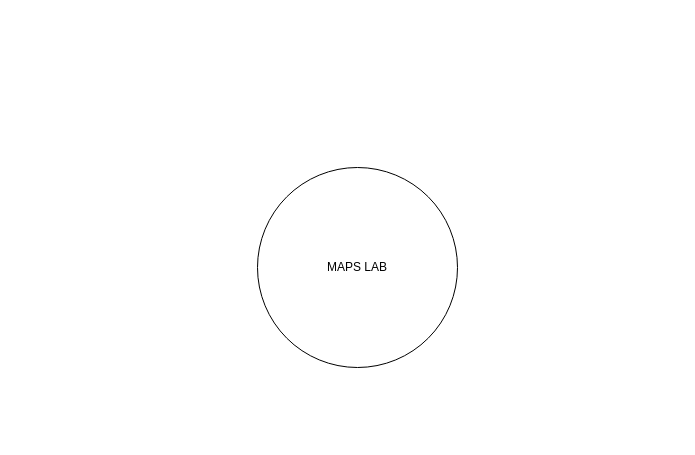
Above: Images/MAPS.drawio in tsuzzy/Portfolio (draw.io), before the change. Source tidied: cells renumbered, new cells numbered last; positions are measured from the earlier drawing's top-left corner, leaving out a move shared by most shapes. Both pictures are drawn from the tidied source at 100%, with x=0, y=0 at pixel (257, 167).
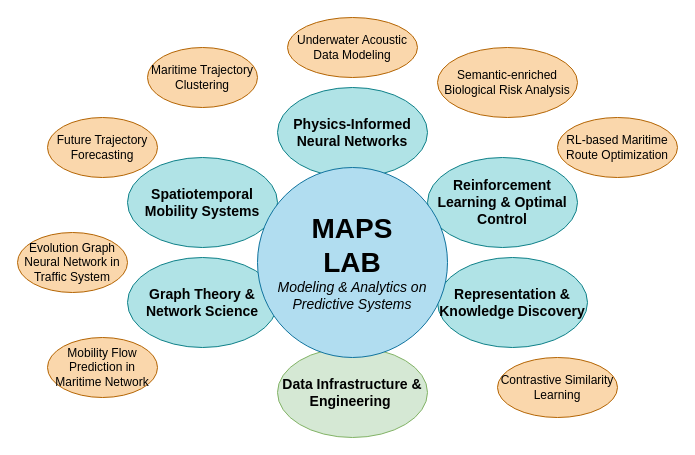
The same page after the edit.

The edit, as a diff of the source:
```diff
@@
 <mxGraphModel>
   <root>
     <mxCell id="0" />
     <mxCell id="1" parent="0" />
+    <mxCell id="3" value="&lt;b&gt;&lt;font style=&quot;font-size: 14px;&quot;&gt;Physics-Informed Neural Networks&lt;/font&gt;&lt;/b&gt;" style="ellipse;whiteSpace=wrap;html=1;fillColor=#b0e3e6;strokeColor=#0e8088;" parent="1" vertex="1">
+      <mxGeometry x="20" y="-80" width="150" height="90" as="geometry" />
+    </mxCell>
+    <mxCell id="4" value="Maritime Trajectory Clustering" style="ellipse;whiteSpace=wrap;html=1;fillColor=#fad7ac;strokeColor=#b46504;" parent="1" vertex="1">
+      <mxGeometry x="-110" y="-120" width="110" height="60" as="geometry" />
+    </mxCell>
+    <mxCell id="5" value="&lt;font style=&quot;font-size: 14px;&quot;&gt;&lt;b&gt;Spatiotemporal Mobility Systems&lt;/b&gt;&lt;/font&gt;" style="ellipse;whiteSpace=wrap;html=1;fillColor=#b0e3e6;strokeColor=#0e8088;" parent="1" vertex="1">
+      <mxGeometry x="-130" y="-10" width="150" height="90" as="geometry" />
+    </mxCell>
+    <mxCell id="6" value="&lt;font style=&quot;font-size: 14px;&quot;&gt;&lt;b&gt;Reinforcement Learning &amp;amp; Optimal Control&lt;/b&gt;&lt;/font&gt;" style="ellipse;whiteSpace=wrap;html=1;fillColor=#b0e3e6;strokeColor=#0e8088;" parent="1" vertex="1">
+      <mxGeometry x="170" y="-10" width="150" height="90" as="geometry" />
+    </mxCell>
+    <mxCell id="7" value="&lt;font style=&quot;font-size: 14px;&quot;&gt;&lt;b&gt;Representation &amp;amp; Knowledge Discovery&lt;/b&gt;&lt;/font&gt;" style="ellipse;whiteSpace=wrap;html=1;fillColor=#b0e3e6;strokeColor=#0e8088;" parent="1" vertex="1">
+      <mxGeometry x="180" y="90" width="150" height="90" as="geometry" />
+    </mxCell>
+    <mxCell id="8" value="&lt;b&gt;&lt;font style=&quot;font-size: 14px;&quot;&gt;Graph Theory &amp;amp; Network Science&lt;/font&gt;&lt;/b&gt;" style="ellipse;whiteSpace=wrap;html=1;fillColor=#b0e3e6;strokeColor=#0e8088;" parent="1" vertex="1">
+      <mxGeometry x="-130" y="90" width="150" height="90" as="geometry" />
+    </mxCell>
+    <mxCell id="9" value="&lt;b&gt;&lt;font style=&quot;font-size: 14px;&quot;&gt;Data Infrastructure &amp;amp; Engineering&amp;nbsp;&lt;/font&gt;&lt;/b&gt;" style="ellipse;whiteSpace=wrap;html=1;fillColor=#d5e8d4;strokeColor=#82b366;" parent="1" vertex="1">
+      <mxGeometry x="20" y="180" width="150" height="90" as="geometry" />
+    </mxCell>
-    <mxCell id="2" value="MAPS LAB" style="ellipse;whiteSpace=wrap;html=1;" parent="1" vertex="1">
-      <mxGeometry width="200" height="200" as="geometry" />
+    <mxCell id="2" value="&lt;div&gt;&lt;font style=&quot;font-size: 28px;&quot;&gt;&lt;b&gt;MAPS&lt;/b&gt;&lt;/font&gt;&lt;/div&gt;&lt;div&gt;&lt;font style=&quot;font-size: 28px;&quot;&gt;&lt;b&gt;LAB&lt;/b&gt;&lt;/font&gt;&lt;/div&gt;&lt;div&gt;&lt;font style=&quot;font-size: 14px;&quot;&gt;&lt;i&gt;Modeling &amp;amp; Analytics&amp;nbsp;on Predictive Systems&lt;/i&gt;&lt;/font&gt;&lt;/div&gt;" style="ellipse;whiteSpace=wrap;html=1;fillColor=#b1ddf0;strokeColor=#10739e;" parent="1" vertex="1">
+      <mxGeometry width="190" height="190" as="geometry" />
     </mxCell>
+    <mxCell id="10" value="Future Trajectory Forecasting" style="ellipse;whiteSpace=wrap;html=1;fillColor=#fad7ac;strokeColor=#b46504;" parent="1" vertex="1">
+      <mxGeometry x="-210" y="-50" width="110" height="60" as="geometry" />
+    </mxCell>
+    <mxCell id="11" value="RL-based Maritime Route Optimization" style="ellipse;whiteSpace=wrap;html=1;fillColor=#fad7ac;strokeColor=#b46504;" parent="1" vertex="1">
+      <mxGeometry x="300" y="-50" width="120" height="60" as="geometry" />
+    </mxCell>
+    <mxCell id="12" value="Contrastive Similarity Learning" style="ellipse;whiteSpace=wrap;html=1;fillColor=#fad7ac;strokeColor=#b46504;" parent="1" vertex="1">
+      <mxGeometry x="240" y="190" width="120" height="60" as="geometry" />
+    </mxCell>
+    <mxCell id="13" value="Evolution Graph Neural Network in Traffic System" style="ellipse;whiteSpace=wrap;html=1;fillColor=#fad7ac;strokeColor=#b46504;" parent="1" vertex="1">
+      <mxGeometry x="-240" y="65" width="110" height="60" as="geometry" />
+    </mxCell>
+    <mxCell id="14" value="Mobility Flow Prediction in Maritime Network" style="ellipse;whiteSpace=wrap;html=1;fillColor=#fad7ac;strokeColor=#b46504;" parent="1" vertex="1">
+      <mxGeometry x="-210" y="170" width="110" height="60" as="geometry" />
+    </mxCell>
+    <mxCell id="15" value="Underwater Acoustic Data Modeling" style="ellipse;whiteSpace=wrap;html=1;fillColor=#fad7ac;strokeColor=#b46504;" parent="1" vertex="1">
+      <mxGeometry x="30" y="-150" width="130" height="60" as="geometry" />
+    </mxCell>
+    <mxCell id="16" value="Semantic-enriched Biological Risk Analysis" style="ellipse;whiteSpace=wrap;html=1;fillColor=#fad7ac;strokeColor=#b46504;" parent="1" vertex="1">
+      <mxGeometry x="180" y="-120" width="140" height="70" as="geometry" />
+    </mxCell>
   </root>
 </mxGraphModel>
```
